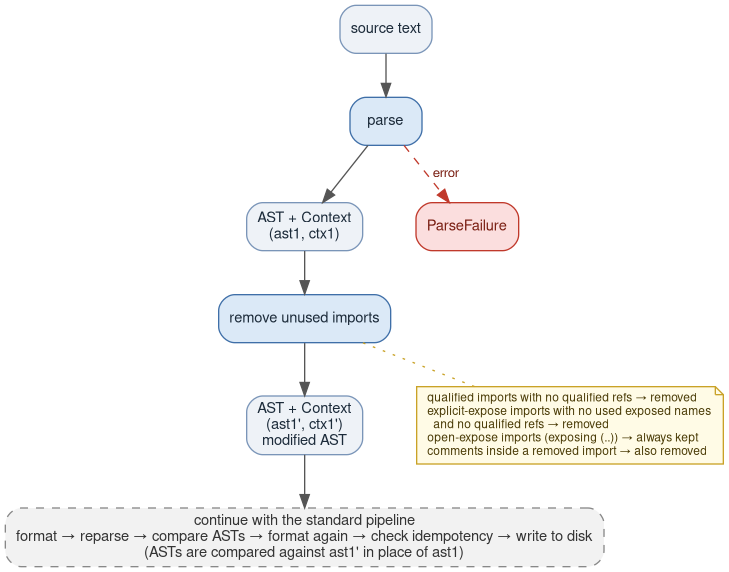
This is docs/diagrams/remove-unused-imports-pipeline.png from gilramir/gren-format, a Graphviz export, as it was before one commit. Its source is kept beside it as docs/diagrams/remove-unused-imports-pipeline.dot.
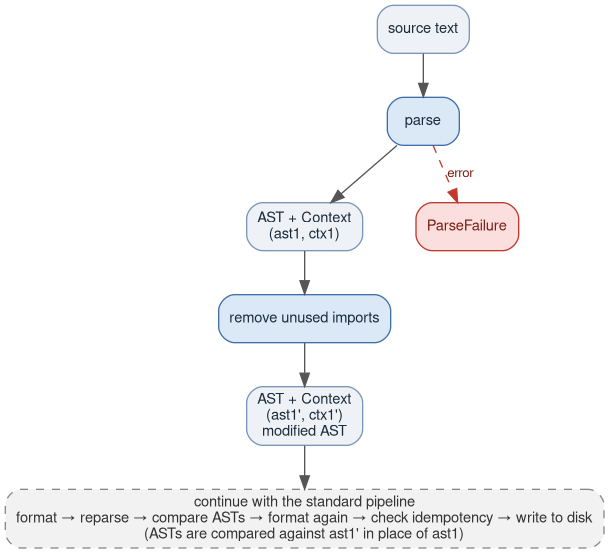
Above is the later version.

Commit message:
Remove explanatory note box from remove-unused-imports diagram

The yellow note duplicated detail already in the README prose/tables.

Claude-Session: https://claude.ai/code/session_01UAZE2V6xwfwdQ4eg5YmdA1

What changed in the source:
```diff
@@ -24,20 +24,13 @@
     node [shape=box, style="rounded,dashed,filled", fillcolor="#f2f2f2", color="#888888", fontcolor="#333333"];
     continue [label="continue with the standard pipeline\nformat → reparse → compare ASTs → format again → check idempotency → write to disk\n(ASTs are compared against ast1' in place of ast1)"];
 
-    rulesNote [shape=note, style=filled, fillcolor="#fffbe6", color="#c9a227",
-               fontcolor="#4a3b06", fontsize=9,
-               label="qualified imports with no qualified refs → removed\lexplicit-expose imports with no used exposed names\l  and no qualified refs → removed\lopen-expose imports (exposing (..)) → always kept\lcomments inside a removed import → also removed\l"];
-
     source -> parse;
     parse  -> ast1;
     ast1   -> removeImports;
     removeImports -> ast1p;
     ast1p  -> continue;
 
-    removeImports -> rulesNote [style=dotted, arrowhead=none, color="#c9a227", constraint=false];
-
     parse -> parseFail [style=dashed, color="#c0392b", fontcolor="#7a1f13", label="error"];
 
     { rank=same; ast1; parseFail }
-    { rank=same; ast1p; rulesNote }
 }
```
